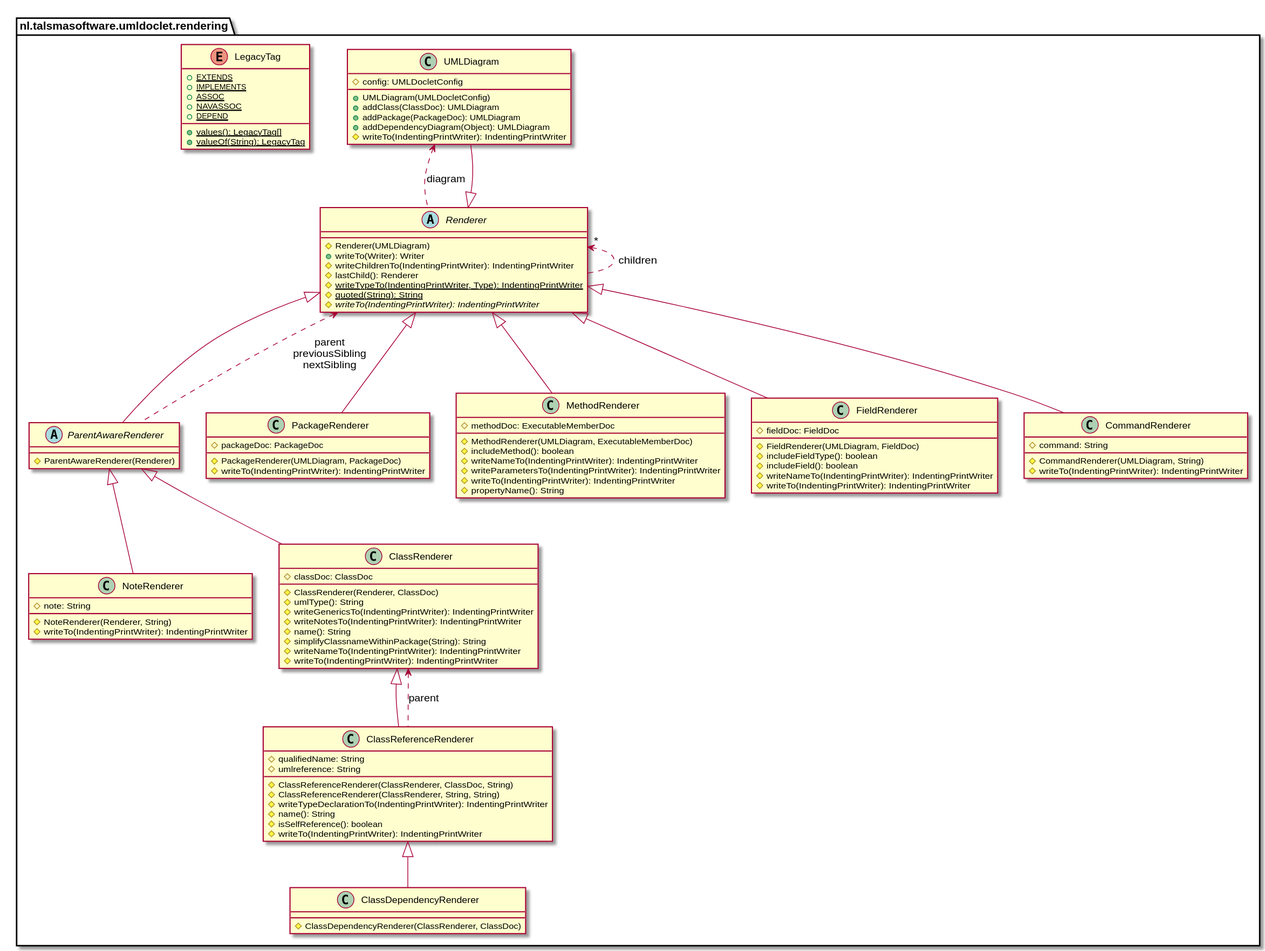
Above: example/rendering-package.svg in talsma-ict/umldoclet (PlantUML), before the change. Its source is kept beside it as example/rendering-package.puml. The source it was exported from:
```plantuml
@startuml

    namespace nl.talsmasoftware.umldoclet.rendering {

        class UMLDiagram {
            #config: UMLDocletConfig
            +UMLDiagram(UMLDocletConfig)
            +addClass(ClassDoc): UMLDiagram
            +addPackage(PackageDoc): UMLDiagram
            +addDependencyDiagram(Object): UMLDiagram
            #writeTo(IndentingPrintWriter): IndentingPrintWriter
        }

        abstract class Renderer {
            #Renderer(UMLDiagram)
            +writeTo(Writer): Writer
            #writeChildrenTo(IndentingPrintWriter): IndentingPrintWriter
            #lastChild(): Renderer
            {static} #writeTypeTo(IndentingPrintWriter, Type): IndentingPrintWriter
            {static} #quoted(String): String
            {abstract} #writeTo(IndentingPrintWriter): IndentingPrintWriter
        }

        abstract class ParentAwareRenderer {
            #ParentAwareRenderer(Renderer)
        }

        class PackageRenderer {
            #packageDoc: PackageDoc
            #PackageRenderer(UMLDiagram, PackageDoc)
            #writeTo(IndentingPrintWriter): IndentingPrintWriter
        }

        class NoteRenderer {
            #note: String
            #NoteRenderer(Renderer, String)
            #writeTo(IndentingPrintWriter): IndentingPrintWriter
        }

        class MethodRenderer {
            #methodDoc: ExecutableMemberDoc
            #MethodRenderer(UMLDiagram, ExecutableMemberDoc)
            #includeMethod(): boolean
            #writeNameTo(IndentingPrintWriter): IndentingPrintWriter
            #writeParametersTo(IndentingPrintWriter): IndentingPrintWriter
            #writeTo(IndentingPrintWriter): IndentingPrintWriter
            #propertyName(): String
        }

        enum LegacyTag {
            {static} +EXTENDS
            {static} +IMPLEMENTS
            {static} +ASSOC
            {static} +NAVASSOC
            {static} +DEPEND
            {static} +values(): LegacyTag[]
            {static} +valueOf(String): LegacyTag
        }

        class FieldRenderer {
            #fieldDoc: FieldDoc
            #FieldRenderer(UMLDiagram, FieldDoc)
            #includeFieldType(): boolean
            #includeField(): boolean
            #writeNameTo(IndentingPrintWriter): IndentingPrintWriter
            #writeTo(IndentingPrintWriter): IndentingPrintWriter
        }

        class CommandRenderer {
            #command: String
            #CommandRenderer(UMLDiagram, String)
            #writeTo(IndentingPrintWriter): IndentingPrintWriter
        }

        class ClassRenderer {
            #classDoc: ClassDoc
            #ClassRenderer(Renderer, ClassDoc)
            #umlType(): String
            #writeGenericsTo(IndentingPrintWriter): IndentingPrintWriter
            #writeNotesTo(IndentingPrintWriter): IndentingPrintWriter
            #name(): String
            #simplifyClassnameWithinPackage(String): String
            #writeNameTo(IndentingPrintWriter): IndentingPrintWriter
            #writeTo(IndentingPrintWriter): IndentingPrintWriter
        }

        class ClassReferenceRenderer {
            #qualifiedName: String
            #umlreference: String
            #ClassReferenceRenderer(ClassRenderer, ClassDoc, String)
            #ClassReferenceRenderer(ClassRenderer, String, String)
            #writeTypeDeclarationTo(IndentingPrintWriter): IndentingPrintWriter
            #name(): String
            #isSelfReference(): boolean
            #writeTo(IndentingPrintWriter): IndentingPrintWriter
        }

        class ClassDependencyRenderer {
            #ClassDependencyRenderer(ClassRenderer, ClassDoc)
        }

        Renderer <|-- UMLDiagram

        Renderer <|-- ParentAwareRenderer

        Renderer <|-- PackageRenderer

        ParentAwareRenderer <|-- NoteRenderer

        Renderer <|-- MethodRenderer

        Renderer <|-- FieldRenderer

        Renderer <|-- CommandRenderer

        ParentAwareRenderer <|-- ClassRenderer

        ClassRenderer <|-- ClassReferenceRenderer

        ClassReferenceRenderer <|-- ClassDependencyRenderer

        UMLDiagram <.. Renderer: diagram

        Renderer "*" <.. Renderer: children

        Renderer <.. ParentAwareRenderer: parent\npreviousSibling\nnextSibling

        ClassRenderer <.. ClassReferenceRenderer: parent

    }

@enduml
```
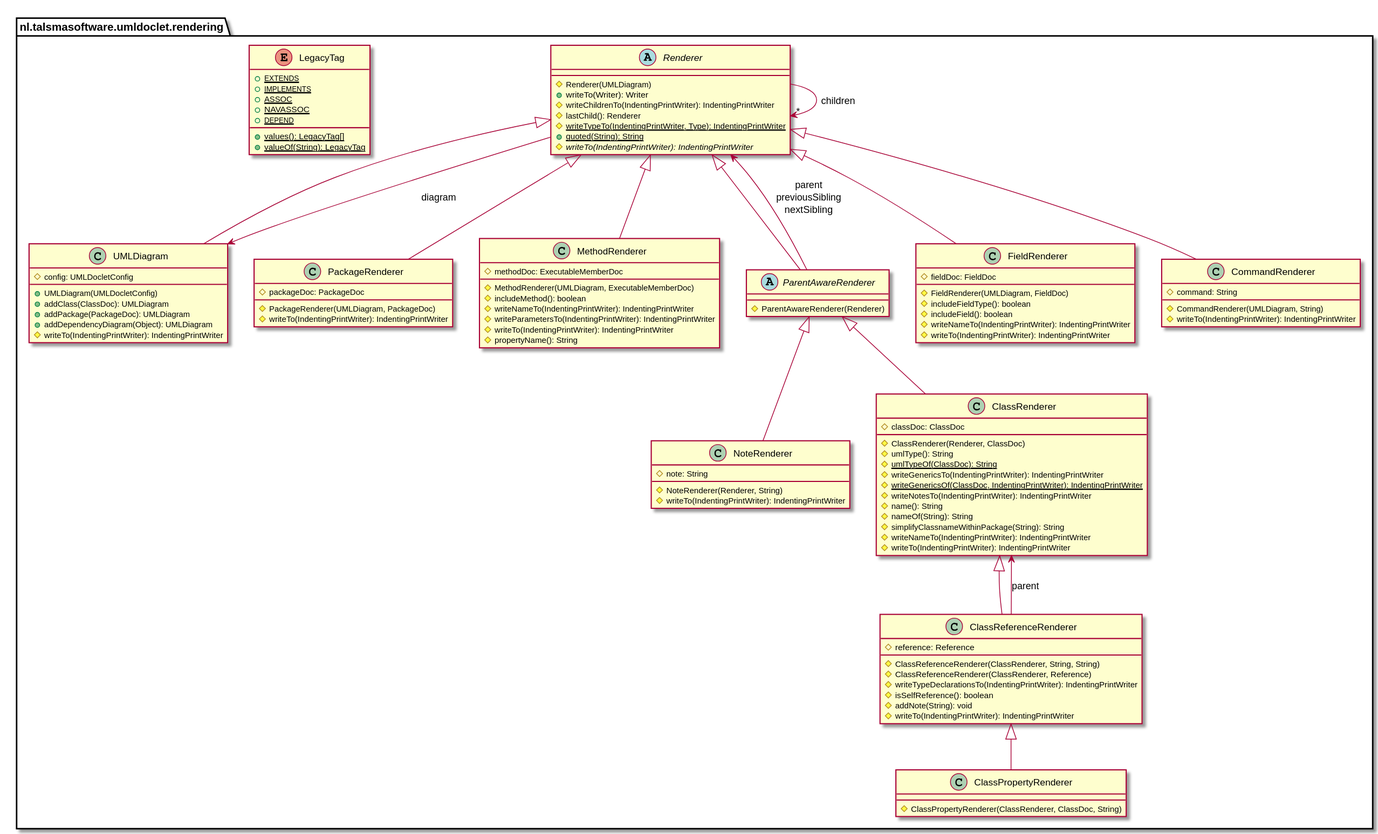
The same file after the commit.

Diff of the diagram source:
```diff
@@ -17,7 +17,7 @@
             #writeChildrenTo(IndentingPrintWriter): IndentingPrintWriter
             #lastChild(): Renderer
             {static} #writeTypeTo(IndentingPrintWriter, Type): IndentingPrintWriter
-            {static} #quoted(String): String
+            {static} +quoted(String): String
             {abstract} #writeTo(IndentingPrintWriter): IndentingPrintWriter
         }
 
@@ -76,27 +76,29 @@
             #classDoc: ClassDoc
             #ClassRenderer(Renderer, ClassDoc)
             #umlType(): String
+            {static} #umlTypeOf(ClassDoc): String
             #writeGenericsTo(IndentingPrintWriter): IndentingPrintWriter
+            {static} #writeGenericsOf(ClassDoc, IndentingPrintWriter): IndentingPrintWriter
             #writeNotesTo(IndentingPrintWriter): IndentingPrintWriter
             #name(): String
+            #nameOf(String): String
             #simplifyClassnameWithinPackage(String): String
             #writeNameTo(IndentingPrintWriter): IndentingPrintWriter
             #writeTo(IndentingPrintWriter): IndentingPrintWriter
         }
 
         class ClassReferenceRenderer {
-            #qualifiedName: String
-            #umlreference: String
-            #ClassReferenceRenderer(ClassRenderer, ClassDoc, String)
+            #reference: Reference
             #ClassReferenceRenderer(ClassRenderer, String, String)
-            #writeTypeDeclarationTo(IndentingPrintWriter): IndentingPrintWriter
-            #name(): String
+            #ClassReferenceRenderer(ClassRenderer, Reference)
+            #writeTypeDeclarationsTo(IndentingPrintWriter): IndentingPrintWriter
             #isSelfReference(): boolean
+            #addNote(String): void
             #writeTo(IndentingPrintWriter): IndentingPrintWriter
         }
 
-        class ClassDependencyRenderer {
-            #ClassDependencyRenderer(ClassRenderer, ClassDoc)
+        class ClassPropertyRenderer {
+            #ClassPropertyRenderer(ClassRenderer, ClassDoc, String)
         }
 
         Renderer <|-- UMLDiagram
@@ -117,15 +119,15 @@
 
         ClassRenderer <|-- ClassReferenceRenderer
 
-        ClassReferenceRenderer <|-- ClassDependencyRenderer
+        ClassReferenceRenderer <|-- ClassPropertyRenderer
 
-        UMLDiagram <.. Renderer: diagram
+        Renderer --> UMLDiagram: diagram
 
-        Renderer "*" <.. Renderer: children
+        Renderer --> "*" Renderer: children
 
-        Renderer <.. ParentAwareRenderer: parent\npreviousSibling\nnextSibling
+        ParentAwareRenderer --> Renderer: parent\npreviousSibling\nnextSibling
 
-        ClassRenderer <.. ClassReferenceRenderer: parent
+        ClassReferenceRenderer --> ClassRenderer: parent
 
     }
 
```
